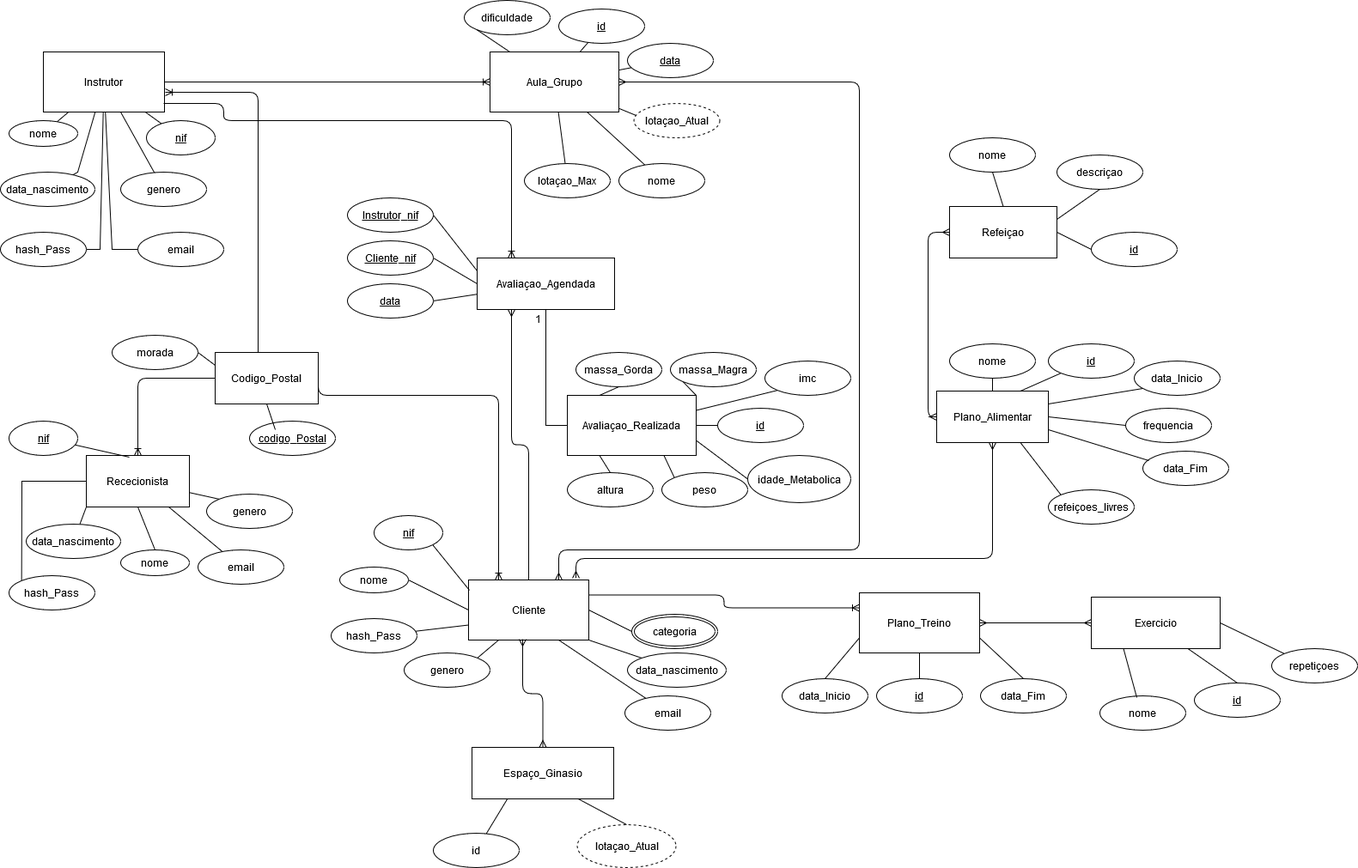
This is UMFit-DataBase/Modelo_Conceptual_UMFit.png from devzizu/umfit, a draw.io export, as it was before one commit. Source tidied: cells renumbered, new cells last; positions are measured from the earlier drawing's top-left corner, leaving out a move shared by most shapes.
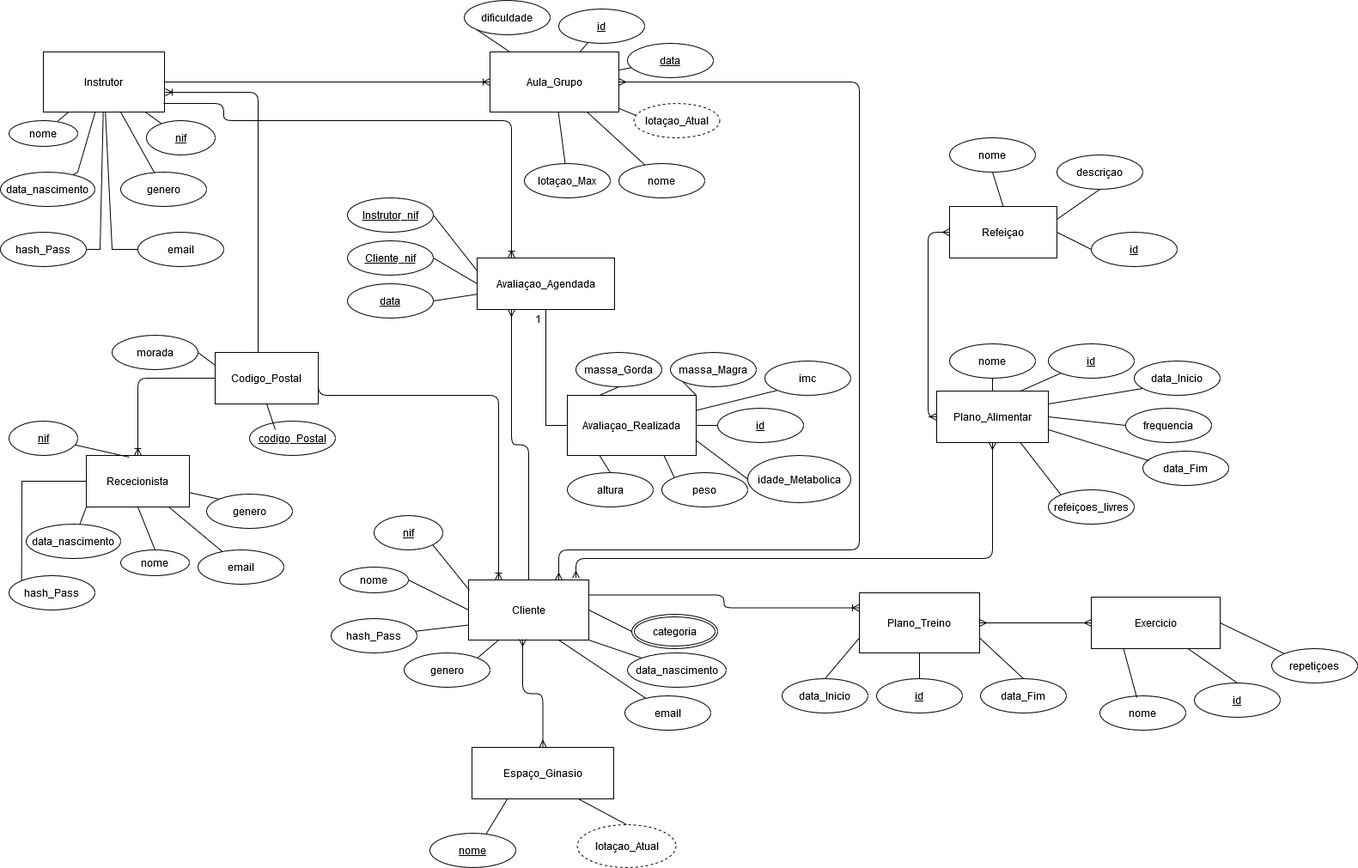
The same diagram one commit later.

Commit message:
Correçao do modelo conceptual e criaçao do Diagrama de classes

Change to the diagram source:
```diff
@@ -447,11 +447,10 @@
     <mxCell id="131" value="&lt;div&gt;lotaçao_Atual&lt;/div&gt;" style="ellipse;whiteSpace=wrap;html=1;align=center;dashed=1;" parent="1" vertex="1">
       <mxGeometry x="671.5" y="960" width="115" height="50" as="geometry" />
     </mxCell>
-    <mxCell id="132" value="id" style="ellipse;whiteSpace=wrap;html=1;align=center;" parent="1" vertex="1">
-      <mxGeometry x="504" y="970" width="100" height="40" as="geometry" />
-    </mxCell>
-    <mxCell id="133" style="endArrow=none;html=1;rounded=0;exitX=0.25;exitY=1;exitDx=0;exitDy=0;" parent="1" edge="1" source="129" target="132">
-      <mxGeometry relative="1" as="geometry" />
+    <mxCell id="133" style="endArrow=none;html=1;rounded=0;exitX=0.25;exitY=1;exitDx=0;exitDy=0;" parent="1" edge="1" source="129">
+      <mxGeometry relative="1" as="geometry">
+        <mxPoint x="565.7" y="970.6" as="targetPoint" />
+      </mxGeometry>
     </mxCell>
     <mxCell id="134" style="endArrow=none;html=1;rounded=0;exitX=0.75;exitY=1;exitDx=0;exitDy=0;entryX=0.5;entryY=0;entryDx=0;entryDy=0;" parent="1" edge="1" source="129" target="131">
       <mxGeometry relative="1" as="geometry" />
@@ -459,5 +458,8 @@
     <mxCell id="135" value="lotaçao_Atual" style="ellipse;whiteSpace=wrap;html=1;align=center;dashed=1;" parent="1" vertex="1">
       <mxGeometry x="737.5" y="120" width="100" height="40" as="geometry" />
     </mxCell>
+    <mxCell id="136" value="nome" style="ellipse;whiteSpace=wrap;html=1;align=center;fontStyle=4;" parent="1" vertex="1">
+      <mxGeometry x="500" y="970" width="100" height="40" as="geometry" />
+    </mxCell>
   </root>
 </mxGraphModel>
```
